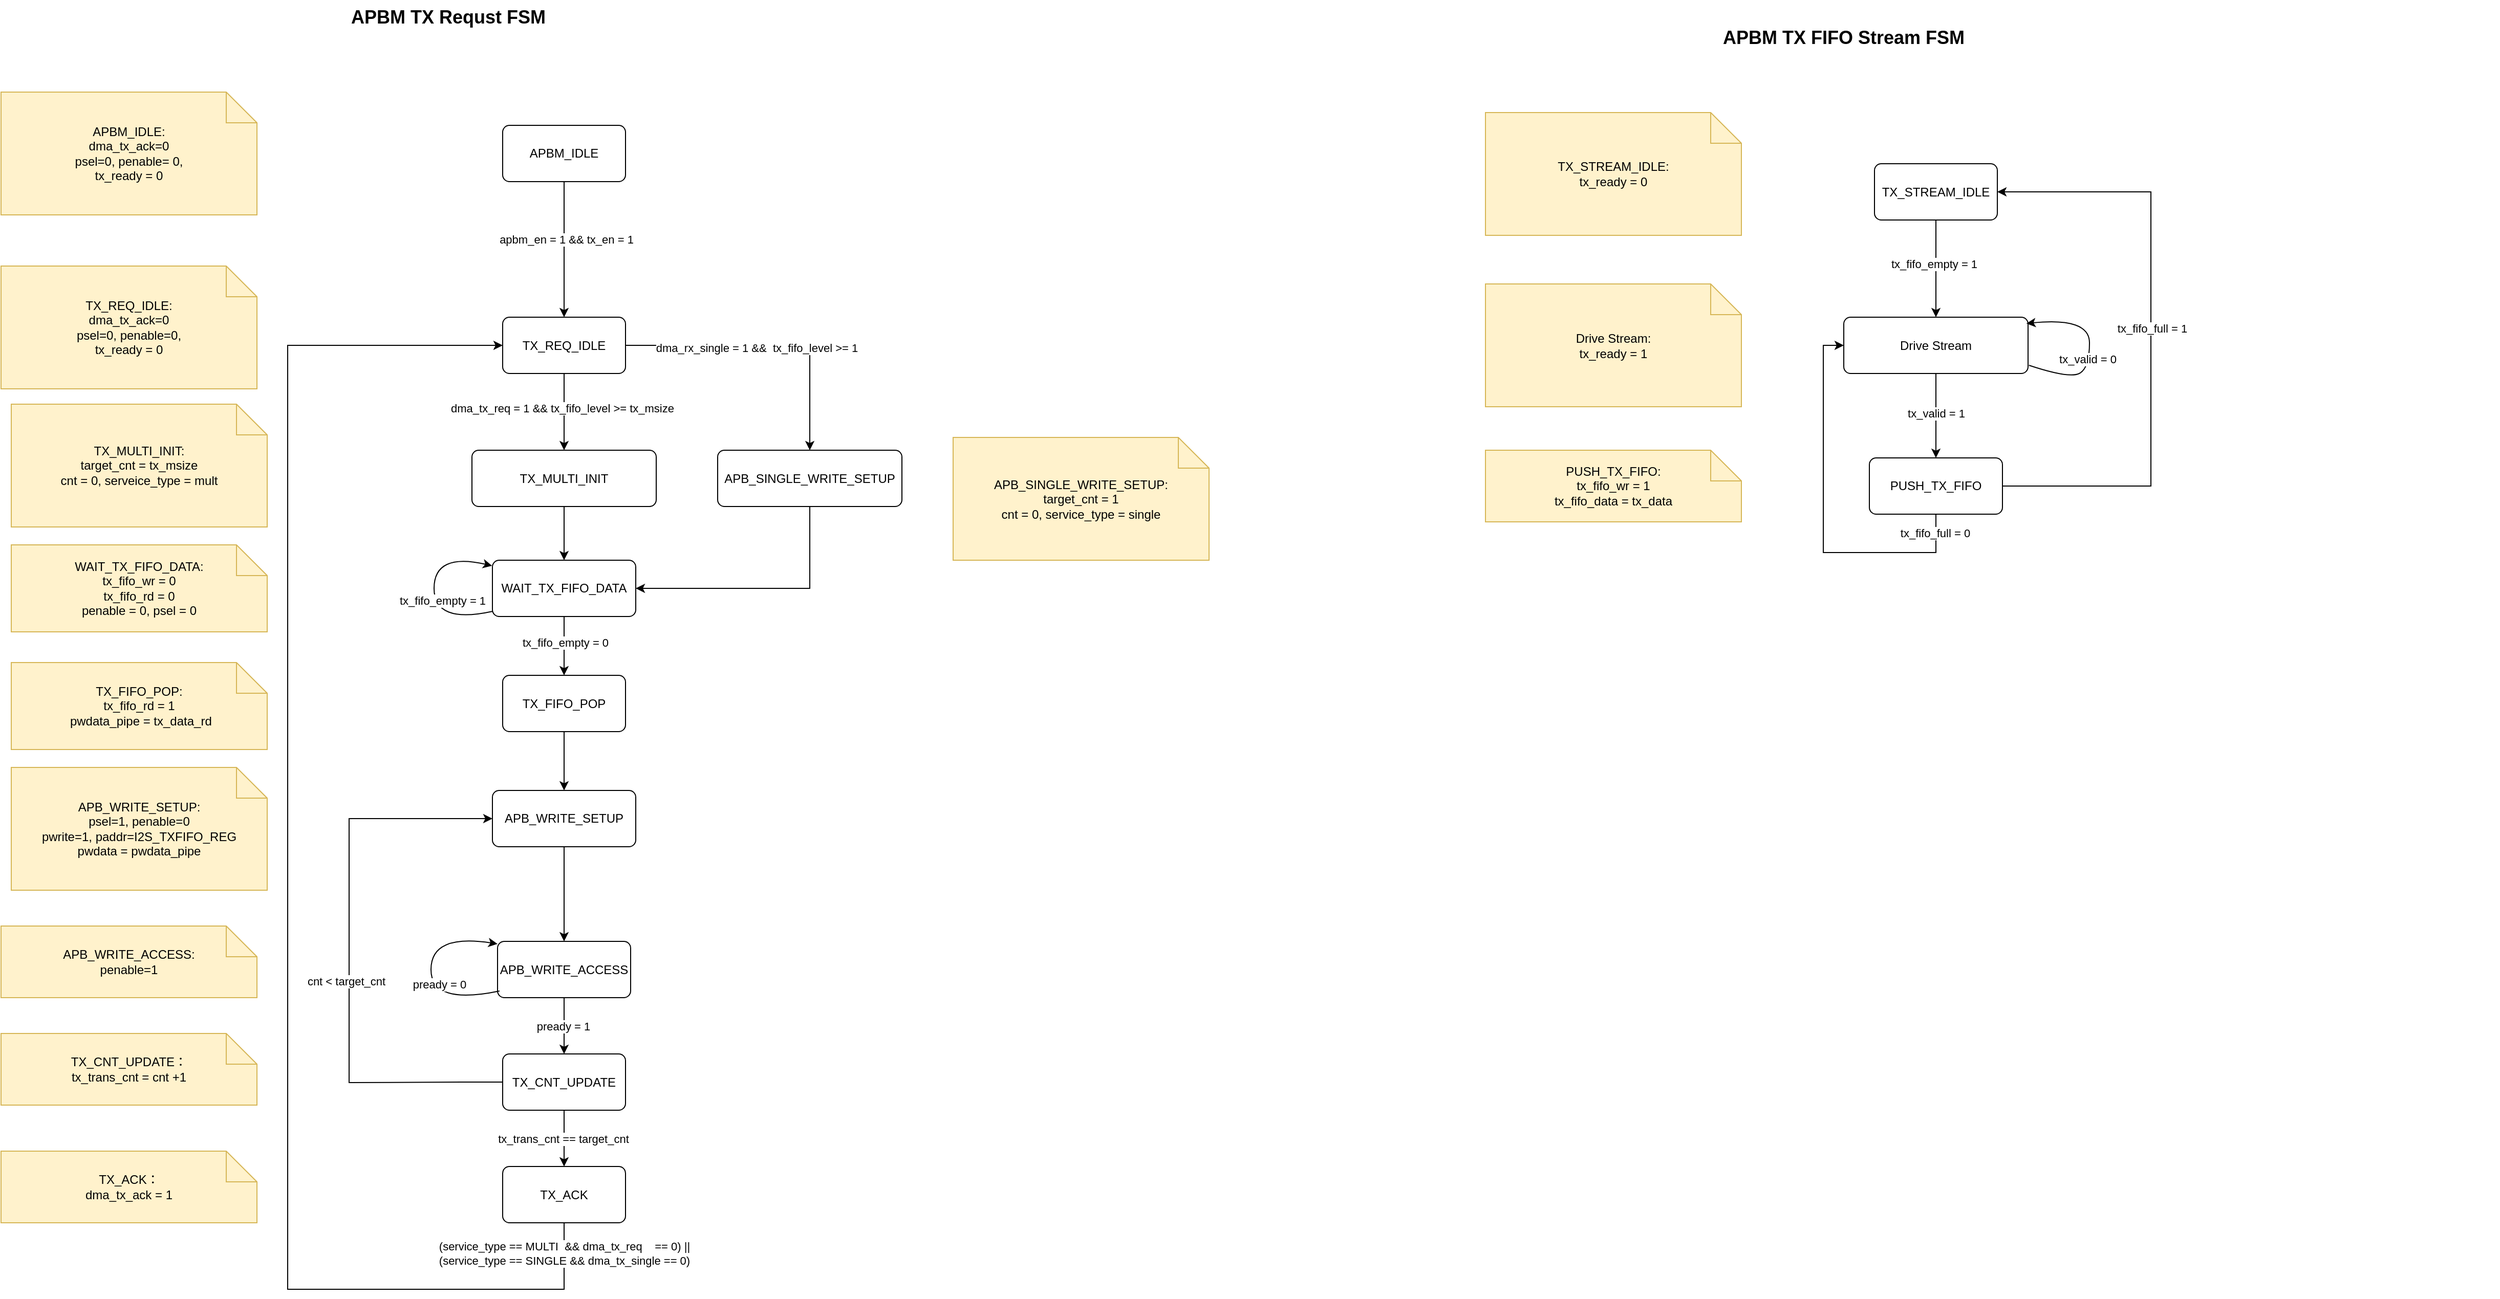
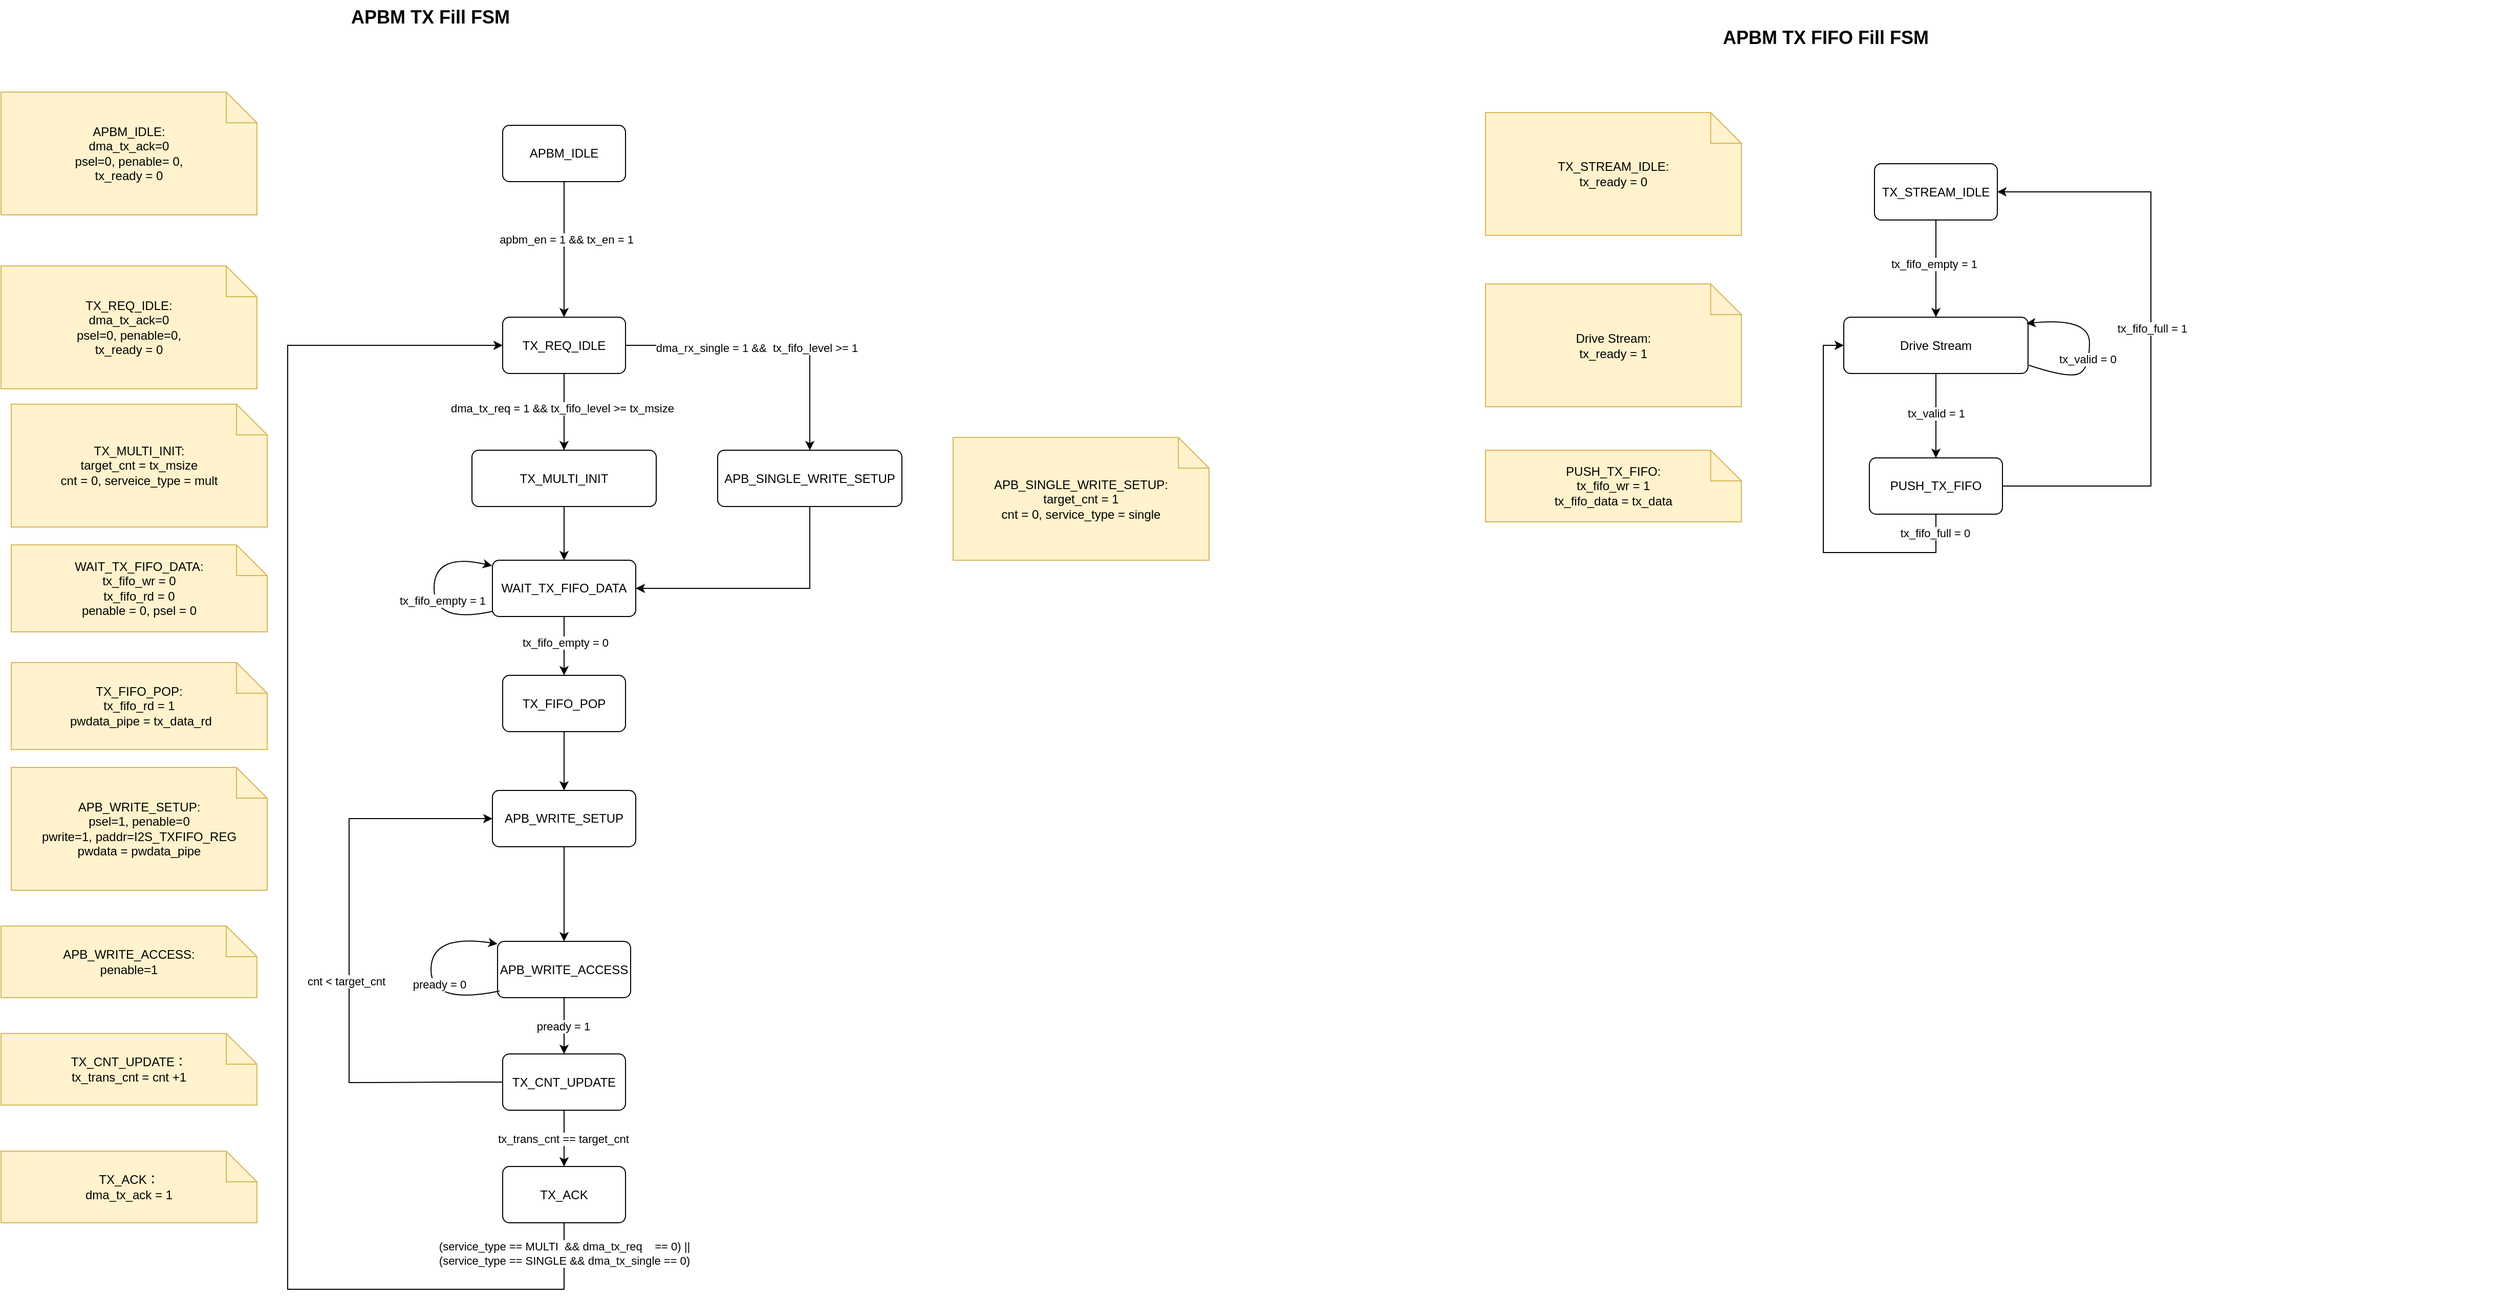
<mxfile host="app.diagrams.net">
  <diagram name="第 1 页" id="fH5n9Me7nUtPE_JYtTzi">
-     <mxGraphModel dx="2580" dy="1457" grid="1" gridSize="10" guides="1" tooltips="1" connect="1" arrows="1" fold="1" page="1" pageScale="1" pageWidth="827" pageHeight="1169" math="0" shadow="0">
+     <mxGraphModel dx="737" dy="416" grid="1" gridSize="10" guides="1" tooltips="1" connect="1" arrows="1" fold="1" page="1" pageScale="1" pageWidth="827" pageHeight="1169" math="0" shadow="0">
      <root>
        <mxCell id="0" />
        <mxCell id="1" parent="0" />
-         <mxCell id="Ly1VW1kiYANL2SHkxWqd-1" parent="1" style="text;html=1;strokeColor=none;fillColor=none;fontSize=18;fontStyle=1;" value="APBM TX Requst FSM&amp;nbsp;&amp;nbsp;" vertex="1">
+         <mxCell id="Ly1VW1kiYANL2SHkxWqd-1" parent="1" style="text;html=1;strokeColor=none;fillColor=none;fontSize=18;fontStyle=1;" value="APBM TX Fill FSM&amp;nbsp;&amp;nbsp;" vertex="1">
          <mxGeometry height="40" width="760" x="810" y="130" as="geometry" />
        </mxCell>
        <mxCell id="Ly1VW1kiYANL2SHkxWqd-2" parent="1" style="rounded=1;whiteSpace=wrap;html=1;arcSize=12;fillColor=#ffffff;strokeColor=#000000;" value="TX_REQ_IDLE" vertex="1">
          <mxGeometry height="55" width="120" x="960" y="440" as="geometry" />
        </mxCell>
        <mxCell id="Ly1VW1kiYANL2SHkxWqd-3" parent="1" style="rounded=1;whiteSpace=wrap;html=1;arcSize=12;fillColor=#ffffff;strokeColor=#000000;" value="APB_WRITE_SETUP" vertex="1">
          <mxGeometry height="55" width="140" x="950" y="902.5" as="geometry" />
        </mxCell>
        <mxCell id="Ly1VW1kiYANL2SHkxWqd-4" edge="1" parent="1" source="Ly1VW1kiYANL2SHkxWqd-2" style="endArrow=classic;html=1;rounded=0;exitX=0.5;exitY=1;exitDx=0;exitDy=0;entryX=0.5;entryY=0;entryDx=0;entryDy=0;" target="Ly1VW1kiYANL2SHkxWqd-40" value="">
          <mxGeometry height="50" relative="1" width="50" as="geometry">
            <mxPoint x="1040" y="560" as="sourcePoint" />
            <mxPoint x="1020" y="570" as="targetPoint" />
          </mxGeometry>
        </mxCell>
        <mxCell id="Ly1VW1kiYANL2SHkxWqd-5" connectable="0" parent="Ly1VW1kiYANL2SHkxWqd-4" style="edgeLabel;html=1;align=center;verticalAlign=middle;resizable=0;points=[];" value="dma_tx_req = 1 &amp;amp;&amp;amp; tx_fifo_level &amp;gt;= tx_msize" vertex="1">
          <mxGeometry relative="1" x="-0.0927" y="-2" as="geometry">
            <mxPoint as="offset" />
          </mxGeometry>
        </mxCell>
        <mxCell id="Ly1VW1kiYANL2SHkxWqd-6" parent="1" style="shape=note;whiteSpace=wrap;html=1;fillColor=#fff2cc;strokeColor=#d6b656;" value="APB_WRITE_SETUP:&lt;div&gt;psel=1, penable=0&lt;br&gt;pwrite=1, paddr=I2S_TXFIFO_REG&lt;/div&gt;&lt;div&gt;pwdata = pwdata_pipe&lt;/div&gt;" vertex="1">
          <mxGeometry height="120" width="250" x="480" y="880" as="geometry" />
        </mxCell>
        <mxCell id="Ly1VW1kiYANL2SHkxWqd-7" parent="1" style="rounded=1;whiteSpace=wrap;html=1;arcSize=12;fillColor=#ffffff;strokeColor=#000000;" value="APB_WRITE_ACCESS" vertex="1">
          <mxGeometry height="55" width="130" x="955" y="1050" as="geometry" />
        </mxCell>
        <mxCell id="Ly1VW1kiYANL2SHkxWqd-8" edge="1" parent="1" source="Ly1VW1kiYANL2SHkxWqd-3" style="endArrow=classic;html=1;rounded=0;exitX=0.5;exitY=1;exitDx=0;exitDy=0;entryX=0.5;entryY=0;entryDx=0;entryDy=0;" target="Ly1VW1kiYANL2SHkxWqd-7" value="">
          <mxGeometry height="50" relative="1" width="50" as="geometry">
            <mxPoint x="1030" y="1032.5" as="sourcePoint" />
            <mxPoint x="1080" y="982.5" as="targetPoint" />
          </mxGeometry>
        </mxCell>
        <mxCell id="Ly1VW1kiYANL2SHkxWqd-9" parent="1" style="shape=note;whiteSpace=wrap;html=1;fillColor=#fff2cc;strokeColor=#d6b656;" value="APB_WRITE_ACCESS:&lt;br&gt;penable=1" vertex="1">
          <mxGeometry height="70" width="250" x="470" y="1035" as="geometry" />
        </mxCell>
        <mxCell id="Ly1VW1kiYANL2SHkxWqd-10" edge="1" parent="1" source="Ly1VW1kiYANL2SHkxWqd-7" style="curved=1;endArrow=classic;html=1;rounded=0;exitX=0.015;exitY=0.881;exitDx=0;exitDy=0;entryX=0;entryY=0;entryDx=0;entryDy=0;exitPerimeter=0;" value="">
          <mxGeometry height="50" relative="1" width="50" as="geometry">
            <Array as="points">
              <mxPoint x="890" y="1112.5" />
              <mxPoint x="890" y="1042.5" />
            </Array>
            <mxPoint x="955" y="1107.5" as="sourcePoint" />
            <mxPoint x="955" y="1052.5" as="targetPoint" />
          </mxGeometry>
        </mxCell>
        <mxCell id="Ly1VW1kiYANL2SHkxWqd-11" connectable="0" parent="Ly1VW1kiYANL2SHkxWqd-10" style="edgeLabel;html=1;align=center;verticalAlign=middle;resizable=0;points=[];" value="pready = 0" vertex="1">
          <mxGeometry relative="1" x="-0.1215" y="-8" as="geometry">
            <mxPoint as="offset" />
          </mxGeometry>
        </mxCell>
        <mxCell id="Ly1VW1kiYANL2SHkxWqd-12" parent="1" style="rounded=1;whiteSpace=wrap;html=1;arcSize=12;fillColor=#ffffff;strokeColor=#000000;" value="WAIT_TX_FIFO_DATA" vertex="1">
          <mxGeometry height="55" width="140" x="950" y="677.5" as="geometry" />
        </mxCell>
        <mxCell id="Ly1VW1kiYANL2SHkxWqd-13" edge="1" parent="1" source="Ly1VW1kiYANL2SHkxWqd-7" style="endArrow=classic;html=1;rounded=0;exitX=0.5;exitY=1;exitDx=0;exitDy=0;entryX=0.5;entryY=0;entryDx=0;entryDy=0;" target="Ly1VW1kiYANL2SHkxWqd-47" value="">
          <mxGeometry height="50" relative="1" width="50" as="geometry">
            <mxPoint x="1010" y="1182.5" as="sourcePoint" />
            <mxPoint x="1020" y="1150" as="targetPoint" />
          </mxGeometry>
        </mxCell>
        <mxCell id="Ly1VW1kiYANL2SHkxWqd-14" connectable="0" parent="Ly1VW1kiYANL2SHkxWqd-13" style="edgeLabel;html=1;align=center;verticalAlign=middle;resizable=0;points=[];" value="pready = 1" vertex="1">
          <mxGeometry relative="1" x="0.0089" y="-1" as="geometry">
            <mxPoint as="offset" />
          </mxGeometry>
        </mxCell>
        <mxCell id="Ly1VW1kiYANL2SHkxWqd-15" parent="1" style="shape=note;whiteSpace=wrap;html=1;fillColor=#fff2cc;strokeColor=#d6b656;" value="WAIT_TX_FIFO_DATA:&lt;div&gt;tx_fifo_wr = 0&lt;/div&gt;&lt;div&gt;tx_fifo_rd = 0&lt;br&gt;&lt;/div&gt;&lt;div&gt;penable = 0, psel = 0&lt;/div&gt;" vertex="1">
          <mxGeometry height="85" width="250" x="480" y="662.5" as="geometry" />
        </mxCell>
        <mxCell id="Ly1VW1kiYANL2SHkxWqd-16" parent="1" style="rounded=1;whiteSpace=wrap;html=1;arcSize=12;fillColor=#ffffff;strokeColor=#000000;" value="TX_ACK" vertex="1">
          <mxGeometry height="55" width="120" x="960" y="1270" as="geometry" />
        </mxCell>
        <mxCell id="Ly1VW1kiYANL2SHkxWqd-17" edge="1" parent="1" source="Ly1VW1kiYANL2SHkxWqd-47" style="endArrow=classic;html=1;rounded=0;exitX=0.5;exitY=1;exitDx=0;exitDy=0;entryX=0.5;entryY=0;entryDx=0;entryDy=0;" target="Ly1VW1kiYANL2SHkxWqd-16" value="">
          <mxGeometry height="50" relative="1" width="50" as="geometry">
            <mxPoint x="1150.3600000000001" y="1105" as="sourcePoint" />
            <mxPoint x="1150" y="1140" as="targetPoint" />
          </mxGeometry>
        </mxCell>
        <mxCell id="Ly1VW1kiYANL2SHkxWqd-18" connectable="0" parent="Ly1VW1kiYANL2SHkxWqd-17" style="edgeLabel;html=1;align=center;verticalAlign=middle;resizable=0;points=[];" value="tx_trans_cnt == target_cnt" vertex="1">
          <mxGeometry relative="1" x="0.0089" y="-1" as="geometry">
            <mxPoint as="offset" />
          </mxGeometry>
        </mxCell>
        <mxCell id="Ly1VW1kiYANL2SHkxWqd-19" parent="1" style="shape=note;whiteSpace=wrap;html=1;fillColor=#fff2cc;strokeColor=#d6b656;" value="TX_ACK：&lt;div&gt;dma_tx_ack = 1&lt;/div&gt;" vertex="1">
          <mxGeometry height="70" width="250" x="470" y="1255" as="geometry" />
        </mxCell>
        <mxCell id="Ly1VW1kiYANL2SHkxWqd-20" parent="1" style="shape=note;whiteSpace=wrap;html=1;fillColor=#fff2cc;strokeColor=#d6b656;" value="TX_REQ_IDLE:&lt;div&gt;dma_tx_ack=0&lt;/div&gt;&lt;div&gt;psel=0, penable=0,&lt;br&gt;&lt;/div&gt;&lt;div&gt;tx_ready = 0&lt;br&gt;&lt;/div&gt;" vertex="1">
          <mxGeometry height="120" width="250" x="470" y="390" as="geometry" />
        </mxCell>
        <mxCell id="Ly1VW1kiYANL2SHkxWqd-21" edge="1" parent="1" source="Ly1VW1kiYANL2SHkxWqd-16" style="endArrow=classic;html=1;rounded=0;exitX=0.5;exitY=1;exitDx=0;exitDy=0;edgeStyle=orthogonalEdgeStyle;entryX=0;entryY=0.5;entryDx=0;entryDy=0;" target="Ly1VW1kiYANL2SHkxWqd-2" value="">
          <mxGeometry height="50" relative="1" width="50" as="geometry">
            <Array as="points">
              <mxPoint x="1020" y="1390" />
              <mxPoint x="750" y="1390" />
              <mxPoint x="750" y="467" />
            </Array>
            <mxPoint x="909.95" y="1052.5" as="sourcePoint" />
            <mxPoint x="850" y="465" as="targetPoint" />
          </mxGeometry>
        </mxCell>
        <mxCell id="Ly1VW1kiYANL2SHkxWqd-22" connectable="0" parent="Ly1VW1kiYANL2SHkxWqd-21" style="edgeLabel;html=1;align=center;verticalAlign=middle;resizable=0;points=[];" value="&lt;div&gt;(service_type == MULTI&amp;nbsp; &amp;amp;&amp;amp; dma_tx_req&amp;nbsp; &amp;nbsp; == 0) ||&lt;/div&gt;&lt;div&gt;(service_type == SINGLE &amp;amp;&amp;amp; dma_tx_single == 0)&lt;/div&gt;" vertex="1">
          <mxGeometry relative="1" x="-0.9589" as="geometry">
            <mxPoint as="offset" />
          </mxGeometry>
        </mxCell>
        <mxCell id="Ly1VW1kiYANL2SHkxWqd-23" edge="1" parent="1" source="Ly1VW1kiYANL2SHkxWqd-2" style="endArrow=classic;html=1;rounded=0;exitX=1;exitY=0.5;exitDx=0;exitDy=0;edgeStyle=orthogonalEdgeStyle;entryX=0.5;entryY=0;entryDx=0;entryDy=0;" target="Ly1VW1kiYANL2SHkxWqd-25" value="">
          <mxGeometry height="50" relative="1" width="50" as="geometry">
            <mxPoint x="1250" y="540" as="sourcePoint" />
            <mxPoint x="1260" y="560" as="targetPoint" />
          </mxGeometry>
        </mxCell>
        <mxCell id="Ly1VW1kiYANL2SHkxWqd-24" connectable="0" parent="Ly1VW1kiYANL2SHkxWqd-23" style="edgeLabel;html=1;align=center;verticalAlign=middle;resizable=0;points=[];" value="dma_rx_single = 1 &amp;amp;&amp;amp;&amp;nbsp; tx_fifo_level &amp;gt;= 1" vertex="1">
          <mxGeometry relative="1" x="-0.0927" y="-2" as="geometry">
            <mxPoint as="offset" />
          </mxGeometry>
        </mxCell>
        <mxCell id="Ly1VW1kiYANL2SHkxWqd-25" parent="1" style="rounded=1;whiteSpace=wrap;html=1;arcSize=12;fillColor=#ffffff;strokeColor=#000000;" value="APB_SINGLE_WRITE_SETUP" vertex="1">
          <mxGeometry height="55" width="180" x="1170" y="570" as="geometry" />
        </mxCell>
        <mxCell id="Ly1VW1kiYANL2SHkxWqd-26" parent="1" style="shape=note;whiteSpace=wrap;html=1;fillColor=#fff2cc;strokeColor=#d6b656;" value="APB_SINGLE_WRITE_SETUP:&lt;div&gt;target_cnt = 1&lt;br&gt;cnt = 0, service_type = single&lt;/div&gt;" vertex="1">
          <mxGeometry height="120" width="250" x="1400" y="557.5" as="geometry" />
        </mxCell>
        <mxCell id="Ly1VW1kiYANL2SHkxWqd-27" edge="1" parent="1" source="Ly1VW1kiYANL2SHkxWqd-25" style="endArrow=classic;html=1;rounded=0;exitX=0.5;exitY=1;exitDx=0;exitDy=0;edgeStyle=orthogonalEdgeStyle;entryX=1;entryY=0.5;entryDx=0;entryDy=0;" target="Ly1VW1kiYANL2SHkxWqd-12" value="">
          <mxGeometry height="50" relative="1" width="50" as="geometry">
            <mxPoint x="1230" y="950" as="sourcePoint" />
            <mxPoint x="1210" y="680" as="targetPoint" />
          </mxGeometry>
        </mxCell>
        <mxCell id="Ly1VW1kiYANL2SHkxWqd-28" parent="1" style="rounded=1;whiteSpace=wrap;html=1;arcSize=12;fillColor=#ffffff;strokeColor=#000000;" value="TX_FIFO_POP" vertex="1">
          <mxGeometry height="55" width="120" x="960" y="790" as="geometry" />
        </mxCell>
        <mxCell id="Ly1VW1kiYANL2SHkxWqd-29" edge="1" parent="1" source="Ly1VW1kiYANL2SHkxWqd-12" style="endArrow=classic;html=1;rounded=0;exitX=0.5;exitY=1;exitDx=0;exitDy=0;entryX=0.5;entryY=0;entryDx=0;entryDy=0;" target="Ly1VW1kiYANL2SHkxWqd-28" value="">
          <mxGeometry height="50" relative="1" width="50" as="geometry">
            <mxPoint x="1090" y="797.5" as="sourcePoint" />
            <mxPoint x="1040" y="787.5" as="targetPoint" />
          </mxGeometry>
        </mxCell>
        <mxCell id="Ly1VW1kiYANL2SHkxWqd-30" connectable="0" parent="Ly1VW1kiYANL2SHkxWqd-29" style="edgeLabel;html=1;align=center;verticalAlign=middle;resizable=0;points=[];" value="tx_fifo_empty = 0" vertex="1">
          <mxGeometry relative="1" x="-0.1138" y="1" as="geometry">
            <mxPoint as="offset" />
          </mxGeometry>
        </mxCell>
        <mxCell id="Ly1VW1kiYANL2SHkxWqd-31" edge="1" parent="1" style="curved=1;endArrow=classic;html=1;rounded=0;entryX=-0.002;entryY=0.099;entryDx=0;entryDy=0;entryPerimeter=0;" target="Ly1VW1kiYANL2SHkxWqd-12" value="">
          <mxGeometry height="50" relative="1" width="50" as="geometry">
            <Array as="points">
              <mxPoint x="893" y="740" />
              <mxPoint x="893" y="670" />
            </Array>
            <mxPoint x="950" y="727.5" as="sourcePoint" />
            <mxPoint x="958" y="680" as="targetPoint" />
          </mxGeometry>
        </mxCell>
        <mxCell id="Ly1VW1kiYANL2SHkxWqd-32" connectable="0" parent="Ly1VW1kiYANL2SHkxWqd-31" style="edgeLabel;html=1;align=center;verticalAlign=middle;resizable=0;points=[];" value="tx_fifo_empty = 1" vertex="1">
          <mxGeometry relative="1" x="-0.1215" y="-8" as="geometry">
            <mxPoint as="offset" />
          </mxGeometry>
        </mxCell>
        <mxCell id="Ly1VW1kiYANL2SHkxWqd-33" parent="1" style="shape=note;whiteSpace=wrap;html=1;fillColor=#fff2cc;strokeColor=#d6b656;" value="TX_FIFO_POP:&lt;div&gt;tx_fifo_rd = 1&lt;br&gt;&lt;div&gt;&amp;nbsp;pwdata_pipe = tx_data_rd&lt;/div&gt;&lt;/div&gt;" vertex="1">
          <mxGeometry height="85" width="250" x="480" y="777.5" as="geometry" />
        </mxCell>
        <mxCell id="Ly1VW1kiYANL2SHkxWqd-34" parent="1" style="rounded=1;whiteSpace=wrap;html=1;arcSize=12;fillColor=#ffffff;strokeColor=#000000;" value="APBM_IDLE" vertex="1">
          <mxGeometry height="55" width="120" x="960" y="252.5" as="geometry" />
        </mxCell>
        <mxCell id="Ly1VW1kiYANL2SHkxWqd-35" edge="1" parent="1" source="Ly1VW1kiYANL2SHkxWqd-34" style="endArrow=classic;html=1;rounded=0;exitX=0.5;exitY=1;exitDx=0;exitDy=0;" target="Ly1VW1kiYANL2SHkxWqd-2" value="">
          <mxGeometry height="50" relative="1" width="50" as="geometry">
            <mxPoint x="1060" y="360" as="sourcePoint" />
            <mxPoint x="1110" y="310" as="targetPoint" />
          </mxGeometry>
        </mxCell>
        <mxCell id="Ly1VW1kiYANL2SHkxWqd-36" connectable="0" parent="Ly1VW1kiYANL2SHkxWqd-35" style="edgeLabel;html=1;align=center;verticalAlign=middle;resizable=0;points=[];" value="apbm_en = 1 &amp;amp;&amp;amp; tx_en = 1" vertex="1">
          <mxGeometry relative="1" x="-0.1446" y="2" as="geometry">
            <mxPoint as="offset" />
          </mxGeometry>
        </mxCell>
        <mxCell id="Ly1VW1kiYANL2SHkxWqd-37" parent="1" style="shape=note;whiteSpace=wrap;html=1;fillColor=#fff2cc;strokeColor=#d6b656;" value="APBM_IDLE:&lt;div&gt;dma_tx_ack=0&lt;/div&gt;&lt;div&gt;psel=0, penable= 0,&lt;br&gt;&lt;/div&gt;&lt;div&gt;tx_ready = 0&lt;/div&gt;" vertex="1">
          <mxGeometry height="120" width="250" x="470" y="220" as="geometry" />
        </mxCell>
        <mxCell id="Ly1VW1kiYANL2SHkxWqd-38" edge="1" parent="1" source="Ly1VW1kiYANL2SHkxWqd-47" style="endArrow=classic;html=1;rounded=0;edgeStyle=orthogonalEdgeStyle;entryX=0;entryY=0.5;entryDx=0;entryDy=0;exitX=0;exitY=0.5;exitDx=0;exitDy=0;" target="Ly1VW1kiYANL2SHkxWqd-3" value="">
          <mxGeometry height="50" relative="1" width="50" as="geometry">
            <Array as="points">
              <mxPoint x="920" y="1187" />
              <mxPoint x="810" y="1188" />
              <mxPoint x="810" y="930" />
            </Array>
            <mxPoint x="920" y="1150" as="sourcePoint" />
            <mxPoint x="800" y="810" as="targetPoint" />
          </mxGeometry>
        </mxCell>
        <mxCell id="Ly1VW1kiYANL2SHkxWqd-39" connectable="0" parent="Ly1VW1kiYANL2SHkxWqd-38" style="edgeLabel;html=1;align=center;verticalAlign=middle;resizable=0;points=[];" value="cnt &amp;lt; target_cnt" vertex="1">
          <mxGeometry relative="1" x="-0.0902" y="3" as="geometry">
            <mxPoint as="offset" />
          </mxGeometry>
        </mxCell>
        <mxCell id="Ly1VW1kiYANL2SHkxWqd-40" parent="1" style="rounded=1;whiteSpace=wrap;html=1;arcSize=12;fillColor=#ffffff;strokeColor=#000000;" value="TX_MULTI_INIT" vertex="1">
          <mxGeometry height="55" width="180" x="930" y="570" as="geometry" />
        </mxCell>
        <mxCell id="Ly1VW1kiYANL2SHkxWqd-41" edge="1" parent="1" source="Ly1VW1kiYANL2SHkxWqd-40" style="endArrow=classic;html=1;rounded=0;exitX=0.5;exitY=1;exitDx=0;exitDy=0;entryX=0.5;entryY=0;entryDx=0;entryDy=0;" target="Ly1VW1kiYANL2SHkxWqd-12" value="">
          <mxGeometry height="50" relative="1" width="50" as="geometry">
            <mxPoint x="1010" y="640" as="sourcePoint" />
            <mxPoint x="1020" y="670" as="targetPoint" />
          </mxGeometry>
        </mxCell>
        <mxCell id="Ly1VW1kiYANL2SHkxWqd-42" parent="1" style="shape=note;whiteSpace=wrap;html=1;fillColor=#fff2cc;strokeColor=#d6b656;" value="TX_MULTI_INIT:&lt;div&gt;target_cnt = tx_msize&lt;br&gt;cnt = 0, serveice_type = mult&lt;/div&gt;" vertex="1">
          <mxGeometry height="120" width="250" x="480" y="525" as="geometry" />
        </mxCell>
        <mxCell id="Ly1VW1kiYANL2SHkxWqd-45" edge="1" parent="1" source="Ly1VW1kiYANL2SHkxWqd-28" style="endArrow=classic;html=1;rounded=0;exitX=0.5;exitY=1;exitDx=0;exitDy=0;" target="Ly1VW1kiYANL2SHkxWqd-3" value="">
          <mxGeometry height="50" relative="1" width="50" as="geometry">
            <mxPoint x="1019.5699999999999" y="845" as="sourcePoint" />
            <mxPoint x="1019.5699999999999" y="902" as="targetPoint" />
          </mxGeometry>
        </mxCell>
        <mxCell id="Ly1VW1kiYANL2SHkxWqd-47" parent="1" style="rounded=1;whiteSpace=wrap;html=1;arcSize=12;fillColor=#ffffff;strokeColor=#000000;" value="TX_CNT_UPDATE" vertex="1">
          <mxGeometry height="55" width="120" x="960" y="1160" as="geometry" />
        </mxCell>
        <mxCell id="Ly1VW1kiYANL2SHkxWqd-48" parent="1" style="shape=note;whiteSpace=wrap;html=1;fillColor=#fff2cc;strokeColor=#d6b656;" value="TX_CNT_UPDATE：&lt;div&gt;tx_trans_cnt = cnt +1&lt;/div&gt;" vertex="1">
          <mxGeometry height="70" width="250" x="470" y="1140" as="geometry" />
        </mxCell>
-         <mxCell id="Ly1VW1kiYANL2SHkxWqd-49" parent="1" style="text;html=1;strokeColor=none;fillColor=none;fontSize=18;fontStyle=1;" value="APBM TX FIFO Stream FSM&amp;nbsp;&amp;nbsp;" vertex="1">
+         <mxCell id="Ly1VW1kiYANL2SHkxWqd-49" parent="1" style="text;html=1;strokeColor=none;fillColor=none;fontSize=18;fontStyle=1;" value="APBM TX FIFO Fill FSM&amp;nbsp;&amp;nbsp;" vertex="1">
          <mxGeometry height="40" width="760" x="2150" y="150" as="geometry" />
        </mxCell>
        <mxCell id="Ly1VW1kiYANL2SHkxWqd-50" parent="1" style="rounded=1;whiteSpace=wrap;html=1;arcSize=12;fillColor=#ffffff;strokeColor=#000000;" value="TX_STREAM_IDLE" vertex="1">
          <mxGeometry height="55" width="120" x="2300" y="290" as="geometry" />
        </mxCell>
        <mxCell id="Ly1VW1kiYANL2SHkxWqd-51" parent="1" style="rounded=1;whiteSpace=wrap;html=1;arcSize=12;fillColor=#ffffff;strokeColor=#000000;" value="Drive Stream" vertex="1">
          <mxGeometry height="55" width="180" x="2270" y="440" as="geometry" />
        </mxCell>
        <mxCell id="Ly1VW1kiYANL2SHkxWqd-52" edge="1" parent="1" source="Ly1VW1kiYANL2SHkxWqd-50" style="endArrow=classic;html=1;rounded=0;exitX=0.5;exitY=1;exitDx=0;exitDy=0;entryX=0.5;entryY=0;entryDx=0;entryDy=0;" target="Ly1VW1kiYANL2SHkxWqd-51" value="">
          <mxGeometry height="50" relative="1" width="50" as="geometry">
            <mxPoint x="2380" y="410" as="sourcePoint" />
            <mxPoint x="2430" y="360" as="targetPoint" />
          </mxGeometry>
        </mxCell>
        <mxCell id="Ly1VW1kiYANL2SHkxWqd-53" connectable="0" parent="Ly1VW1kiYANL2SHkxWqd-52" style="edgeLabel;html=1;align=center;verticalAlign=middle;resizable=0;points=[];" value="tx_fifo_empty = 1" vertex="1">
          <mxGeometry relative="1" x="-0.0927" y="-2" as="geometry">
            <mxPoint as="offset" />
          </mxGeometry>
        </mxCell>
        <mxCell id="Ly1VW1kiYANL2SHkxWqd-54" parent="1" style="shape=note;whiteSpace=wrap;html=1;fillColor=#fff2cc;strokeColor=#d6b656;" value="Drive Stream:&lt;div&gt;tx_ready = 1&lt;/div&gt;" vertex="1">
          <mxGeometry height="120" width="250" x="1920" y="407.5" as="geometry" />
        </mxCell>
        <mxCell id="Ly1VW1kiYANL2SHkxWqd-55" parent="1" style="rounded=1;whiteSpace=wrap;html=1;arcSize=12;fillColor=#ffffff;strokeColor=#000000;" value="PUSH_TX_FIFO" vertex="1">
          <mxGeometry height="55" width="130" x="2295" y="577.5" as="geometry" />
        </mxCell>
        <mxCell id="Ly1VW1kiYANL2SHkxWqd-56" edge="1" parent="1" source="Ly1VW1kiYANL2SHkxWqd-51" style="endArrow=classic;html=1;rounded=0;exitX=0.5;exitY=1;exitDx=0;exitDy=0;entryX=0.5;entryY=0;entryDx=0;entryDy=0;" target="Ly1VW1kiYANL2SHkxWqd-55" value="">
          <mxGeometry height="50" relative="1" width="50" as="geometry">
            <mxPoint x="2370" y="560" as="sourcePoint" />
            <mxPoint x="2420" y="510" as="targetPoint" />
          </mxGeometry>
        </mxCell>
        <mxCell id="Ly1VW1kiYANL2SHkxWqd-57" connectable="0" parent="Ly1VW1kiYANL2SHkxWqd-56" style="edgeLabel;html=1;align=center;verticalAlign=middle;resizable=0;points=[];" value="tx_valid = 1" vertex="1">
          <mxGeometry relative="1" x="-0.0537" as="geometry">
            <mxPoint as="offset" />
          </mxGeometry>
        </mxCell>
        <mxCell id="Ly1VW1kiYANL2SHkxWqd-58" parent="1" style="shape=note;whiteSpace=wrap;html=1;fillColor=#fff2cc;strokeColor=#d6b656;" value="PUSH_TX_FIFO:&lt;div&gt;tx_fifo_wr = 1&lt;/div&gt;&lt;div&gt;tx_fifo_data = tx_data&lt;/div&gt;" vertex="1">
          <mxGeometry height="70" width="250" x="1920" y="570" as="geometry" />
        </mxCell>
        <mxCell id="Ly1VW1kiYANL2SHkxWqd-59" parent="1" style="shape=note;whiteSpace=wrap;html=1;fillColor=#fff2cc;strokeColor=#d6b656;" value="TX_STREAM_IDLE:&lt;div&gt;tx_ready = 0&lt;/div&gt;" vertex="1">
          <mxGeometry height="120" width="250" x="1920" y="240" as="geometry" />
        </mxCell>
        <mxCell id="Ly1VW1kiYANL2SHkxWqd-60" edge="1" parent="1" source="Ly1VW1kiYANL2SHkxWqd-55" style="endArrow=classic;html=1;rounded=0;exitX=0.5;exitY=1;exitDx=0;exitDy=0;entryX=0;entryY=0.5;entryDx=0;entryDy=0;edgeStyle=orthogonalEdgeStyle;" target="Ly1VW1kiYANL2SHkxWqd-51" value="">
          <mxGeometry height="50" relative="1" width="50" as="geometry">
            <Array as="points">
              <mxPoint x="2360" y="670" />
              <mxPoint x="2250" y="670" />
              <mxPoint x="2250" y="468" />
            </Array>
            <mxPoint x="2550" y="570" as="sourcePoint" />
            <mxPoint x="2600" y="520" as="targetPoint" />
          </mxGeometry>
        </mxCell>
        <mxCell id="Ly1VW1kiYANL2SHkxWqd-61" connectable="0" parent="Ly1VW1kiYANL2SHkxWqd-60" style="edgeLabel;html=1;align=center;verticalAlign=middle;resizable=0;points=[];" value="tx_fifo_full = 0" vertex="1">
          <mxGeometry relative="1" x="-0.9016" y="-1" as="geometry">
            <mxPoint as="offset" />
          </mxGeometry>
        </mxCell>
        <mxCell id="Ly1VW1kiYANL2SHkxWqd-62" edge="1" parent="1" source="Ly1VW1kiYANL2SHkxWqd-55" style="endArrow=classic;html=1;rounded=0;exitX=1;exitY=0.5;exitDx=0;exitDy=0;entryX=1;entryY=0.5;entryDx=0;entryDy=0;edgeStyle=orthogonalEdgeStyle;" target="Ly1VW1kiYANL2SHkxWqd-50" value="">
          <mxGeometry height="50" relative="1" width="50" as="geometry">
            <Array as="points">
              <mxPoint x="2570" y="605" />
              <mxPoint x="2570" y="318" />
            </Array>
            <mxPoint x="2510" y="600" as="sourcePoint" />
            <mxPoint x="2560" y="550" as="targetPoint" />
          </mxGeometry>
        </mxCell>
        <mxCell id="Ly1VW1kiYANL2SHkxWqd-63" connectable="0" parent="Ly1VW1kiYANL2SHkxWqd-62" style="edgeLabel;html=1;align=center;verticalAlign=middle;resizable=0;points=[];" value="tx_fifo_full = 1" vertex="1">
          <mxGeometry relative="1" x="0.0267" y="-1" as="geometry">
            <mxPoint as="offset" />
          </mxGeometry>
        </mxCell>
        <mxCell id="Ly1VW1kiYANL2SHkxWqd-64" edge="1" parent="1" source="Ly1VW1kiYANL2SHkxWqd-51" style="curved=1;endArrow=classic;html=1;rounded=0;entryX=0.991;entryY=0.112;entryDx=0;entryDy=0;exitX=1.005;exitY=0.854;exitDx=0;exitDy=0;exitPerimeter=0;entryPerimeter=0;" target="Ly1VW1kiYANL2SHkxWqd-51" value="">
          <mxGeometry height="50" relative="1" width="50" as="geometry">
            <Array as="points">
              <mxPoint x="2490" y="500" />
              <mxPoint x="2510" y="490" />
              <mxPoint x="2510" y="440" />
            </Array>
            <mxPoint x="2460" y="560" as="sourcePoint" />
            <mxPoint x="2510" y="510" as="targetPoint" />
          </mxGeometry>
        </mxCell>
        <mxCell id="Ly1VW1kiYANL2SHkxWqd-65" connectable="0" parent="Ly1VW1kiYANL2SHkxWqd-64" style="edgeLabel;html=1;align=center;verticalAlign=middle;resizable=0;points=[];" value="tx_valid = 0" vertex="1">
          <mxGeometry relative="1" x="-0.1698" y="2" as="geometry">
            <mxPoint as="offset" />
          </mxGeometry>
        </mxCell>
      </root>
    </mxGraphModel>
  </diagram>
</mxfile>
